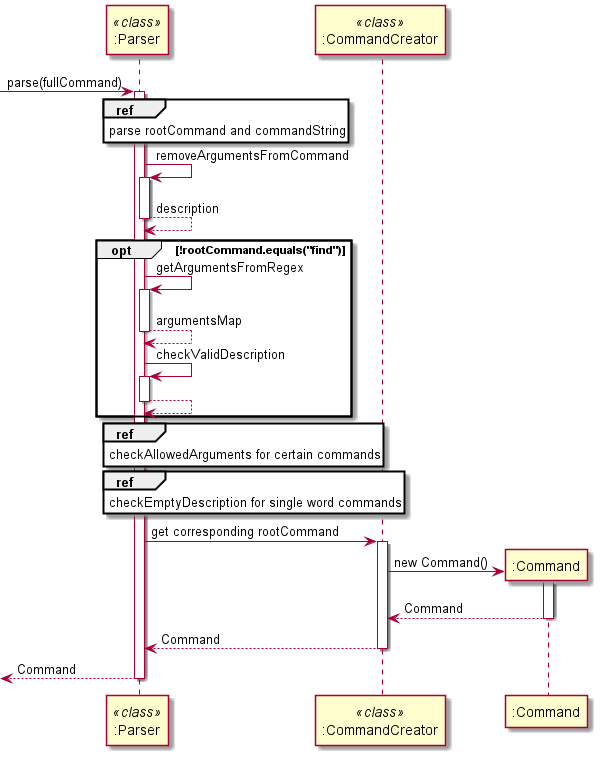
This is docs/images/ParserSequenceDiagram.png from nus-cs2113-AY2021S1/tp, a PlantUML export, as it was before one commit. The source it was exported from:
```plantuml
@startuml
participant ":Parser" as Parser <<class>>
participant ":CommandCreator" as CommandCreator <<class>>
participant ":Command" as Command


-> Parser : parse(fullCommand)
activate Parser

ref over Parser : parse rootCommand and commandString

Parser -> Parser : removeArgumentsFromCommand
activate Parser

Parser --> Parser : description
deactivate Parser

opt !rootCommand.equals("find")

Parser -> Parser : getArgumentsFromRegex
activate Parser

Parser --> Parser : argumentsMap
deactivate Parser

Parser -> Parser : checkValidDescription
activate Parser

Parser --> Parser
deactivate Parser

end

ref over Parser : checkAllowedArguments for certain commands
ref over Parser : checkEmptyDescription for single word commands

Parser -> CommandCreator : get corresponding rootCommand
activate CommandCreator

create Command
CommandCreator -> Command : new Command()
activate Command

CommandCreator <-- Command : Command
deactivate Command

Parser <-- CommandCreator : Command
deactivate CommandCreator

<-- Parser : Command
deactivate Parser
@enduml
```
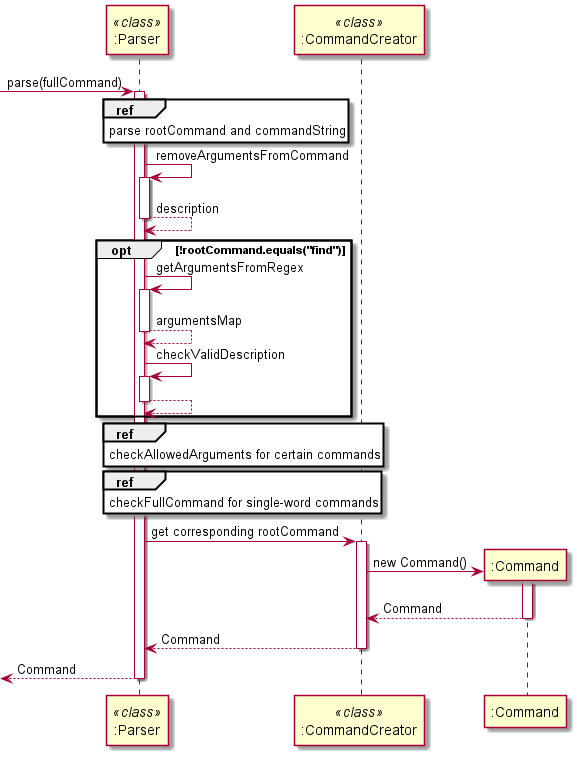
After the change.

What changed in the source:
```diff
@@ -32,7 +32,7 @@
 end
 
 ref over Parser : checkAllowedArguments for certain commands
-ref over Parser : checkEmptyDescription for single word commands
+ref over Parser : checkFullCommand for single-word commands
 
 Parser -> CommandCreator : get corresponding rootCommand
 activate CommandCreator
```
